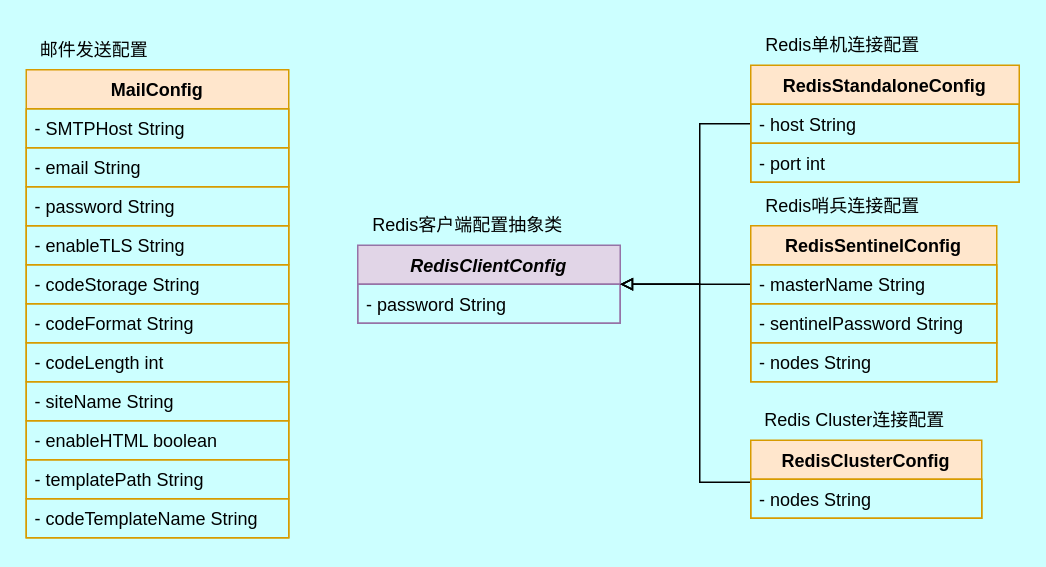
This is docs/diagram/部分类图.dio from swsk33/code-post, a draw.io file, before an edit. Source tidied: cells renumbered, new cells numbered last; positions are measured from the earlier drawing's top-left corner, leaving out a move shared by most shapes. Both pictures are drawn from the tidied source at 150%, with x=0, y=0 at pixel (26, 26).
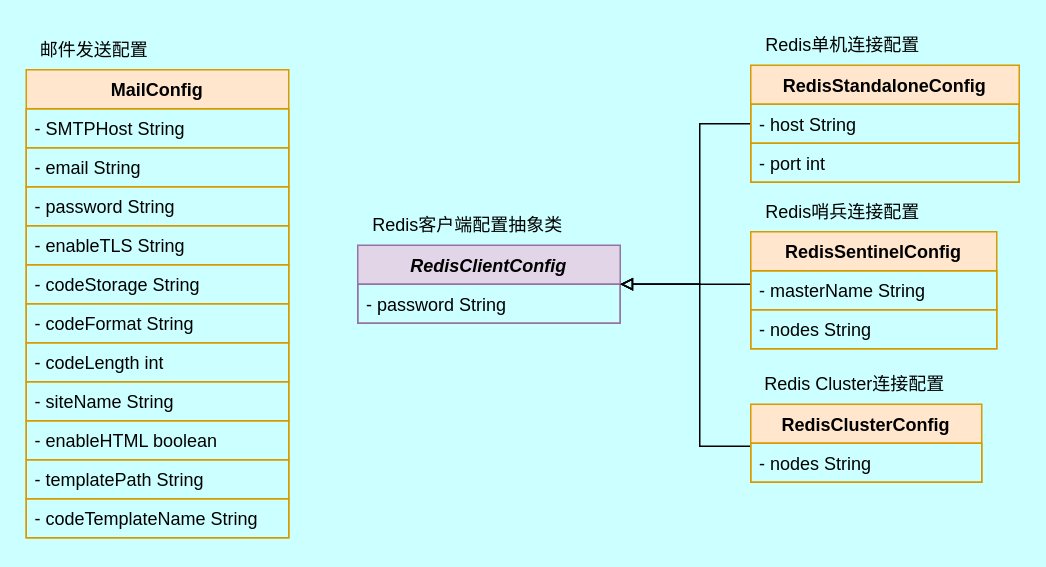
The same diagram, later.

Unchanged cells that the change refers to:
```xml
<mxCell id="15" value="&lt;i&gt;RedisClientConfig&lt;/i&gt;" style="swimlane;fontStyle=1;align=center;verticalAlign=top;horizontal=1;startSize=26;whiteSpace=wrap;html=1;fillColor=#e1d5e7;strokeColor=#9673a6;" parent="1" vertex="1">
  <mxGeometry x="221" y="146" width="175" height="52" as="geometry" />
</mxCell>
```

What changed in the source:
```diff
@@
     <mxCell id="23" value="RedisSentinelConfig" style="swimlane;fontStyle=1;align=center;verticalAlign=top;horizontal=1;startSize=26;whiteSpace=wrap;html=1;fillColor=#ffe6cc;strokeColor=#d79b00;" parent="1" vertex="1">
-      <mxGeometry x="483" y="133" width="164" height="104" as="geometry" />
+      <mxGeometry x="483" y="137" width="164" height="78" as="geometry" />
     </mxCell>
@@
-    <mxCell id="25" value="- sentinelPassword String" style="text;strokeColor=#d79b00;fillColor=none;align=left;verticalAlign=top;spacingLeft=4;spacingRight=4;overflow=hidden;whiteSpace=wrap;html=1;" parent="23" vertex="1">
-      <mxGeometry y="52" width="164" height="26" as="geometry" />
-    </mxCell>
     <mxCell id="26" value="- nodes String" style="text;strokeColor=#d79b00;fillColor=none;align=left;verticalAlign=top;spacingLeft=4;spacingRight=4;overflow=hidden;whiteSpace=wrap;html=1;" parent="23" vertex="1">
-      <mxGeometry y="78" width="164" height="26" as="geometry" />
+      <mxGeometry y="52" width="164" height="26" as="geometry" />
     </mxCell>
     <mxCell id="27" style="edgeStyle=orthogonalEdgeStyle;rounded=0;jettySize=auto;html=1;strokeColor=default;align=center;verticalAlign=middle;fontFamily=Helvetica;fontSize=11;fontColor=default;labelBackgroundColor=default;endArrow=block;endFill=0;" parent="1" edge="1" source="28" target="15">
       <mxGeometry relative="1" as="geometry">
         <Array as="points">
-          <mxPoint x="449" y="304" />
+          <mxPoint x="449" y="280" />
           <mxPoint x="449" y="172" />
         </Array>
       </mxGeometry>
     </mxCell>
     <mxCell id="28" value="RedisClusterConfig" style="swimlane;fontStyle=1;align=center;verticalAlign=top;horizontal=1;startSize=26;whiteSpace=wrap;html=1;fillColor=#ffe6cc;strokeColor=#d79b00;" parent="1" vertex="1">
-      <mxGeometry x="483" y="276" width="154" height="52" as="geometry" />
+      <mxGeometry x="483" y="252" width="154" height="52" as="geometry" />
     </mxCell>
@@
     <mxCell id="31" value="Redis哨兵连接配置" style="text;html=1;align=center;verticalAlign=middle;strokeColor=none;fillColor=none;" parent="1" vertex="1">
-      <mxGeometry x="483" y="107" width="121" height="26" as="geometry" />
+      <mxGeometry x="483" y="111" width="121" height="26" as="geometry" />
     </mxCell>
     <mxCell id="32" value="Redis Cluster连接配置" style="text;html=1;align=center;verticalAlign=middle;strokeColor=none;fillColor=none;" parent="1" vertex="1">
-      <mxGeometry x="483" y="250" width="138" height="26" as="geometry" />
+      <mxGeometry x="483" y="226" width="138" height="26" as="geometry" />
     </mxCell>
```
